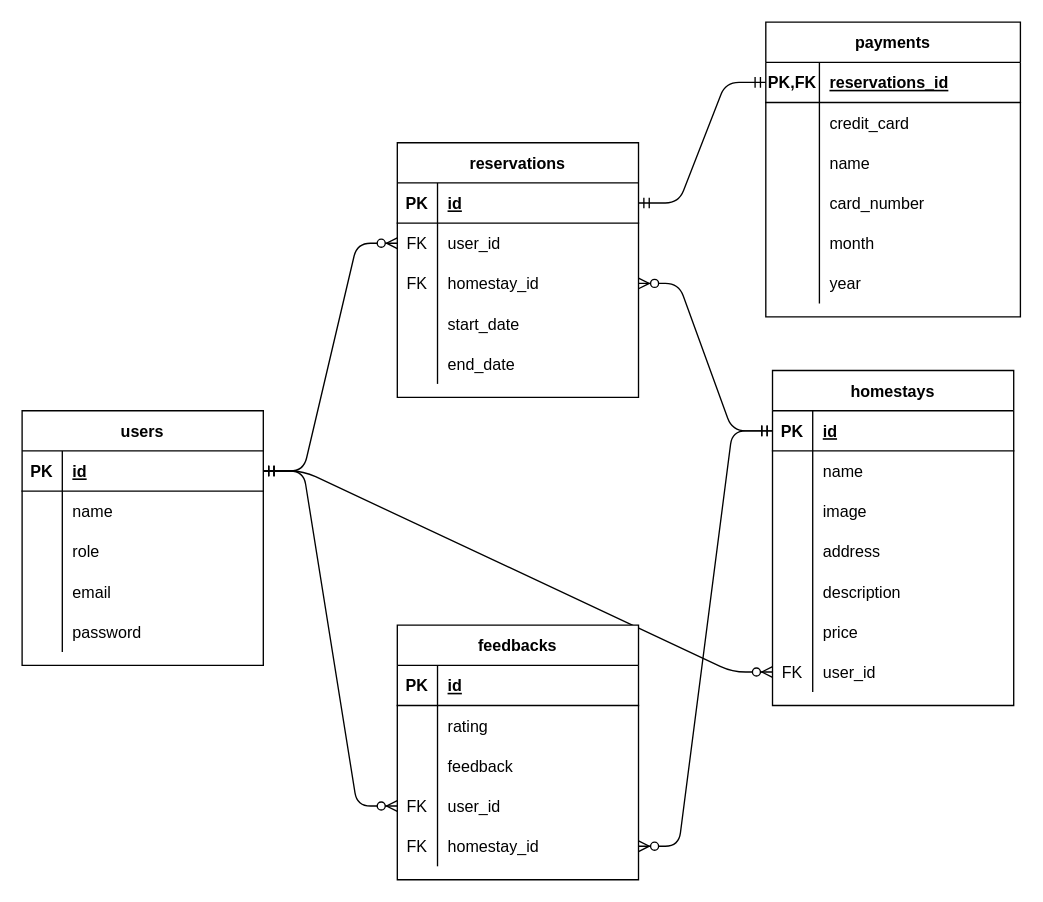
Airbnb-app/BE keeps this draw.io diagram as ERD-Project/erd-airbnb-app.drawio. Above is the earlier version. Source tidied: cells renumbered, new cells numbered last; positions are measured from the earlier drawing's top-left corner, leaving out a move shared by most shapes. Both pictures are drawn from the tidied source at 134%, with x=0, y=0 at pixel (21, 21).
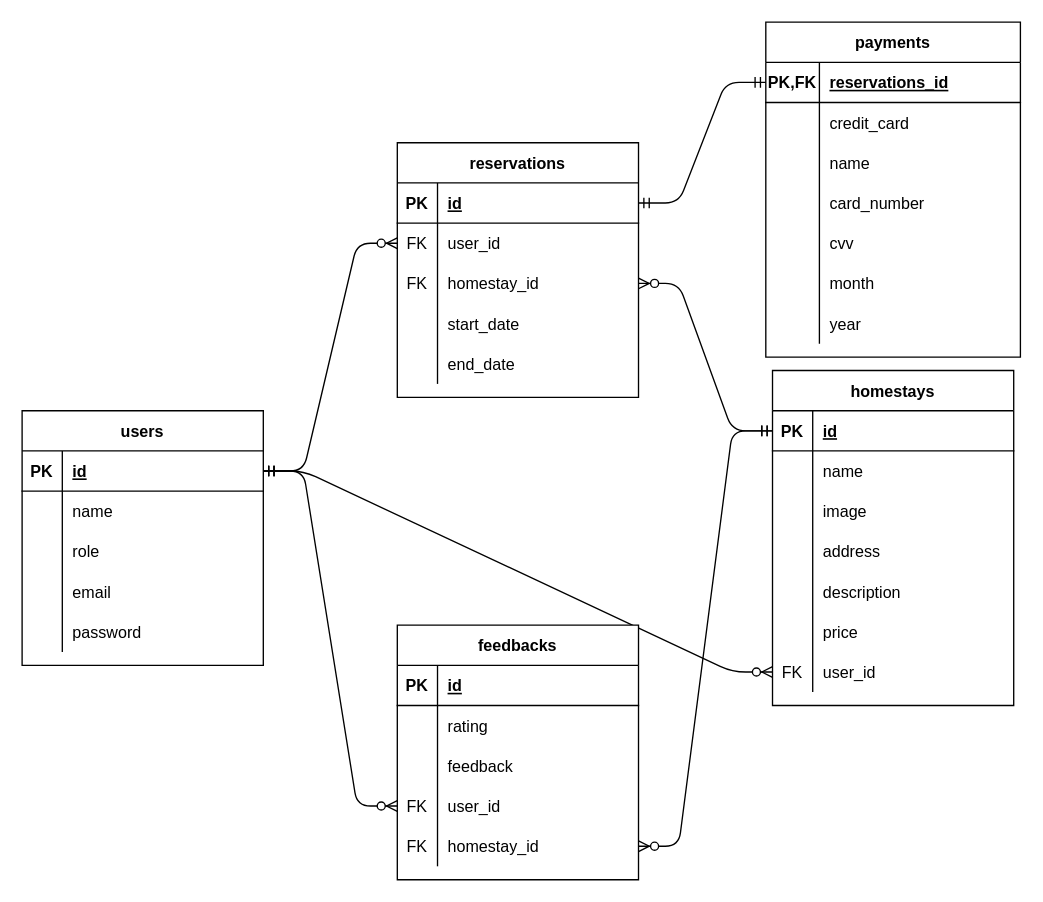
After the change.

The edit, as a diff of the source:
```diff
@@
     <mxCell id="59" value="payments" style="shape=table;startSize=30;childLayout=tableLayout;rowLines=0;fontStyle=1;align=center;" parent="1" vertex="1">
-      <mxGeometry x="555" width="190" height="220" as="geometry" />
+      <mxGeometry x="555" width="190" height="250" as="geometry" />
     </mxCell>
@@
+    <mxCell id="97" style="shape=partialRectangle;fillColor=none;top=0;left=0;bottom=0;right=0;" parent="59" vertex="1">
+      <mxGeometry y="150" width="190" height="30" as="geometry" />
+    </mxCell>
+    <mxCell id="98" style="shape=partialRectangle;fillColor=none;top=0;left=0;bottom=0;right=0;overflow=hidden;" parent="97" vertex="1">
+      <mxGeometry width="40" height="30" as="geometry" />
+    </mxCell>
+    <mxCell id="99" value="cvv" style="shape=partialRectangle;fillColor=none;top=0;left=0;bottom=0;right=0;align=left;spacingLeft=6;overflow=hidden;" parent="97" vertex="1">
+      <mxGeometry x="40" width="150" height="30" as="geometry" />
+    </mxCell>
     <mxCell id="72" style="shape=partialRectangle;fillColor=none;top=0;left=0;bottom=0;right=0;" parent="59" vertex="1">
-      <mxGeometry y="150" width="190" height="30" as="geometry" />
+      <mxGeometry y="180" width="190" height="30" as="geometry" />
     </mxCell>
@@
     <mxCell id="75" style="shape=partialRectangle;fillColor=none;top=0;left=0;bottom=0;right=0;" parent="59" vertex="1">
-      <mxGeometry y="180" width="190" height="30" as="geometry" />
+      <mxGeometry y="210" width="190" height="30" as="geometry" />
     </mxCell>
```
